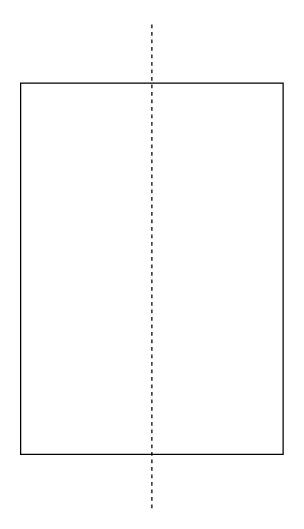
The draw.io diagram Step1.drawio in 3TUSK/PaperPlaneExp, before the edit. Source tidied: cells renumbered, new cells numbered last; positions are measured from the earlier drawing's top-left corner, leaving out a move shared by most shapes. Both pictures are drawn from the tidied source at 125%, with x=0, y=0 at pixel (20, 20).
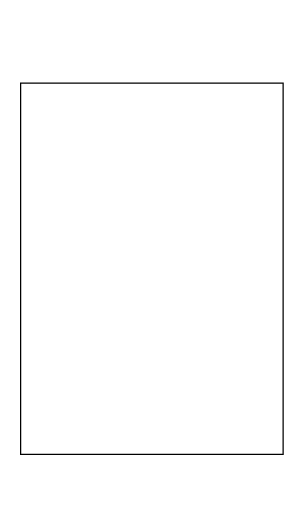
Above is the later version.

Diff of the diagram source:
```diff
@@
 <mxGraphModel>
   <root>
     <mxCell id="0" />
     <mxCell id="1" parent="0" />
     <mxCell id="2" style="rounded=0;whiteSpace=wrap;html=1;" parent="1" vertex="1">
       <mxGeometry y="50" width="210" height="297" as="geometry" />
     </mxCell>
-    <mxCell id="3" style="endArrow=none;dashed=1;html=1;" parent="1" edge="1">
-      <mxGeometry relative="1" as="geometry">
-        <mxPoint x="105" y="390" as="sourcePoint" />
-        <mxPoint x="105" as="targetPoint" />
-      </mxGeometry>
-    </mxCell>
   </root>
 </mxGraphModel>
```
